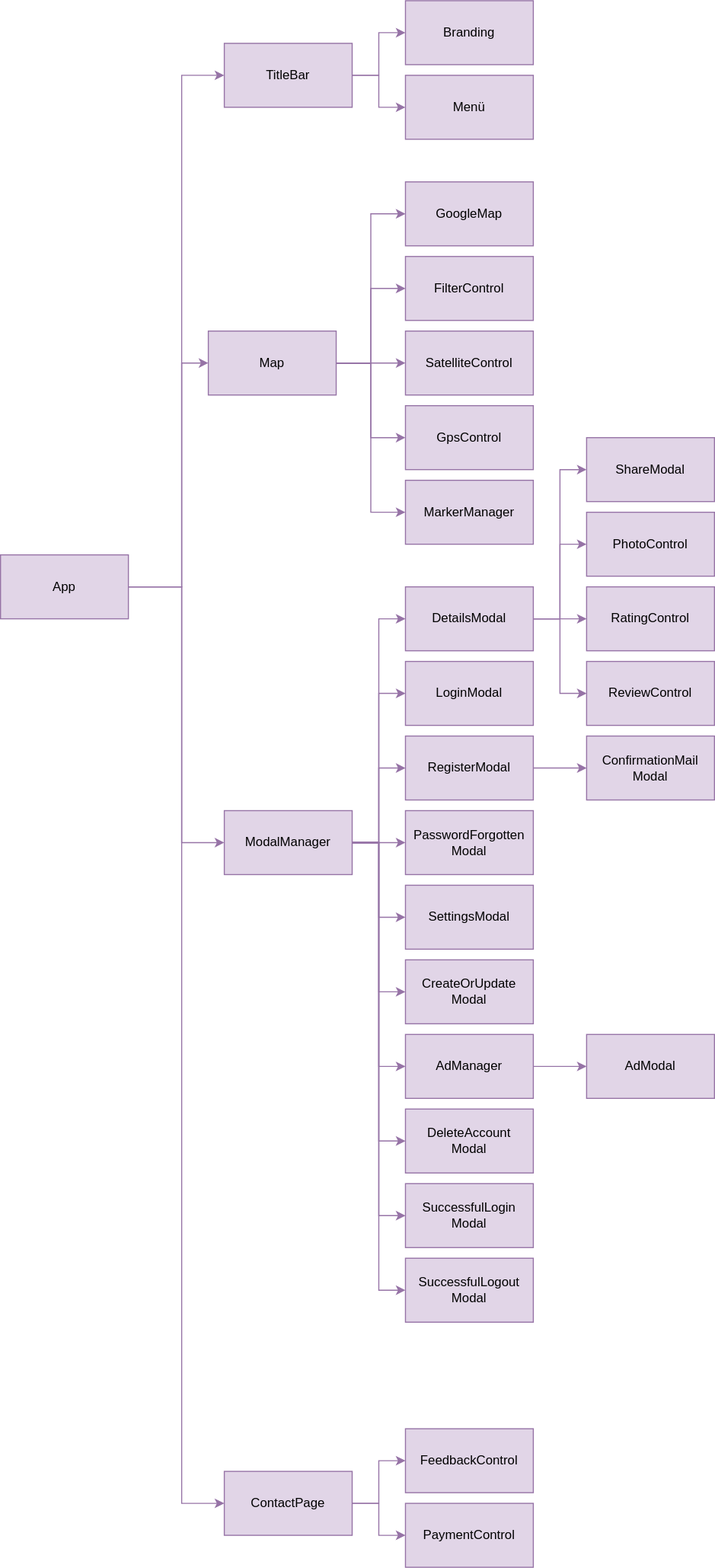
This is _images/architecture-front-end.drawio.svg from gartenkralle/geolocation-services-doc, a draw.io export, as it was before one commit. Source tidied: cells renumbered, new cells last; positions are measured from the earlier drawing's top-left corner, leaving out a move shared by most shapes.
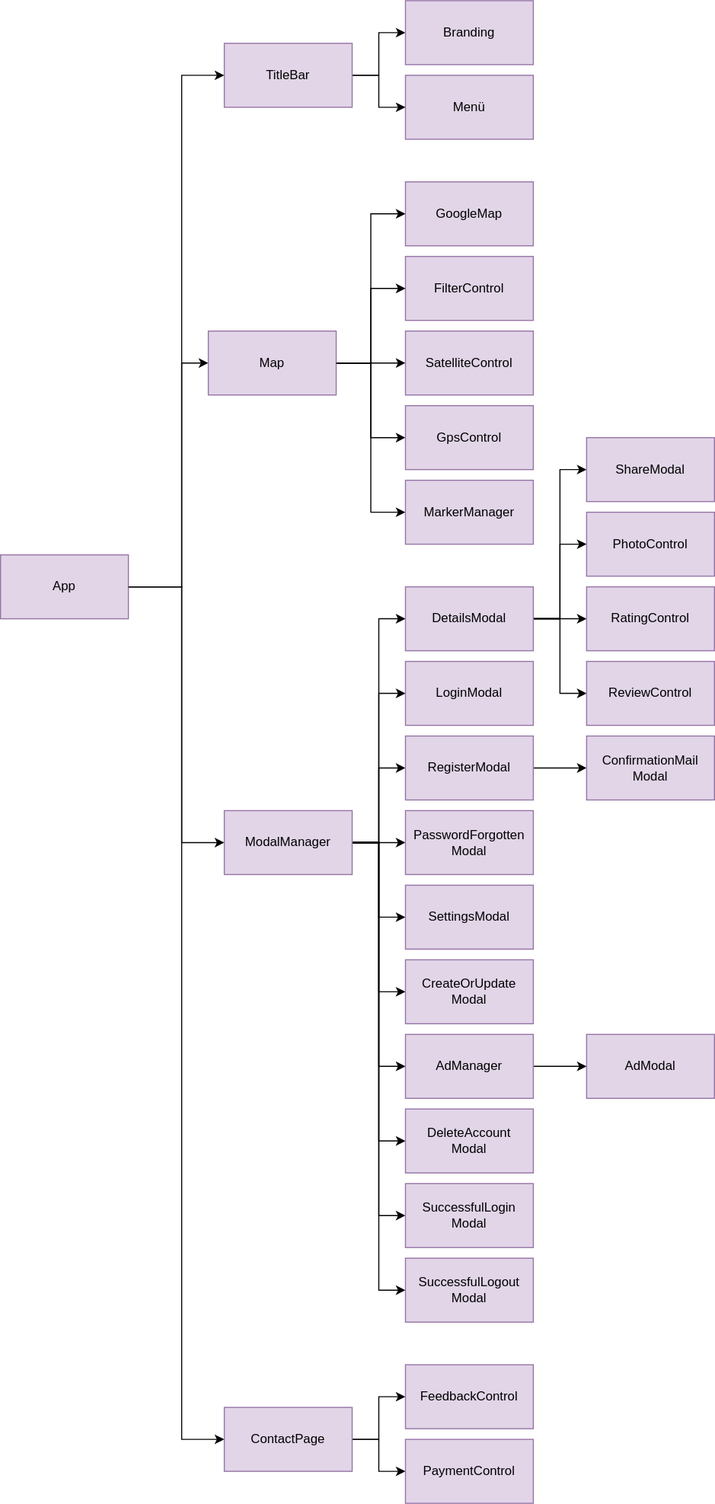
Above is the later version.

Commit message:
update front end diagram

Diff of the diagram source:
```diff
@@ -2,7 +2,7 @@
   <root>
     <mxCell id="0" />
     <mxCell id="1" parent="0" />
-    <mxCell id="2" style="edgeStyle=orthogonalEdgeStyle;rounded=0;jettySize=auto;html=1;entryX=0;entryY=0.5;entryDx=0;entryDy=0;fillColor=#e1d5e7;strokeColor=#9673a6;" parent="1" edge="1" source="5" target="11">
+    <mxCell id="2" style="edgeStyle=orthogonalEdgeStyle;rounded=0;jettySize=auto;html=1;entryX=0;entryY=0.5;entryDx=0;entryDy=0;" parent="1" edge="1" source="5" target="11">
       <mxGeometry relative="1" as="geometry">
         <Array as="points">
           <mxPoint x="170" y="550" />
@@ -10,7 +10,7 @@
         </Array>
       </mxGeometry>
     </mxCell>
-    <mxCell id="3" style="edgeStyle=orthogonalEdgeStyle;rounded=0;jettySize=auto;html=1;entryX=0;entryY=0.5;entryDx=0;entryDy=0;fillColor=#e1d5e7;strokeColor=#9673a6;" parent="1" edge="1" source="5" target="22">
+    <mxCell id="3" style="edgeStyle=orthogonalEdgeStyle;rounded=0;jettySize=auto;html=1;entryX=0;entryY=0.5;entryDx=0;entryDy=0;" parent="1" edge="1" source="5" target="22">
       <mxGeometry relative="1" as="geometry">
         <Array as="points">
           <mxPoint x="170" y="550" />
@@ -18,11 +18,11 @@
         </Array>
       </mxGeometry>
     </mxCell>
-    <mxCell id="4" style="edgeStyle=orthogonalEdgeStyle;rounded=0;jettySize=auto;html=1;entryX=0;entryY=0.5;entryDx=0;entryDy=0;fillColor=#e1d5e7;strokeColor=#9673a6;" parent="1" edge="1" source="5" target="49">
+    <mxCell id="4" style="edgeStyle=orthogonalEdgeStyle;rounded=0;jettySize=auto;html=1;entryX=0;entryY=0.5;entryDx=0;entryDy=0;" parent="1" edge="1" source="5" target="49">
       <mxGeometry relative="1" as="geometry">
         <Array as="points">
           <mxPoint x="170" y="550" />
-          <mxPoint x="170" y="1410" />
+          <mxPoint x="170" y="1350" />
         </Array>
       </mxGeometry>
     </mxCell>
@@ -32,49 +32,49 @@
     <mxCell id="6" value="Menü" style="rounded=0;whiteSpace=wrap;html=1;fillColor=#e1d5e7;strokeColor=#9673a6;" parent="1" vertex="1">
       <mxGeometry x="380" y="70" width="120" height="60" as="geometry" />
     </mxCell>
-    <mxCell id="7" style="edgeStyle=orthogonalEdgeStyle;rounded=0;jettySize=auto;html=1;entryX=0;entryY=0.5;entryDx=0;entryDy=0;fillColor=#e1d5e7;strokeColor=#9673a6;" parent="1" edge="1" source="11" target="27">
+    <mxCell id="7" style="edgeStyle=orthogonalEdgeStyle;rounded=0;jettySize=auto;html=1;entryX=0;entryY=0.5;entryDx=0;entryDy=0;" parent="1" edge="1" source="11" target="27">
       <mxGeometry relative="1" as="geometry" />
     </mxCell>
-    <mxCell id="8" style="edgeStyle=orthogonalEdgeStyle;rounded=0;jettySize=auto;html=1;entryX=0;entryY=0.5;entryDx=0;entryDy=0;fillColor=#e1d5e7;strokeColor=#9673a6;" parent="1" edge="1" source="11" target="29">
+    <mxCell id="8" style="edgeStyle=orthogonalEdgeStyle;rounded=0;jettySize=auto;html=1;entryX=0;entryY=0.5;entryDx=0;entryDy=0;" parent="1" edge="1" source="11" target="29">
       <mxGeometry relative="1" as="geometry" />
     </mxCell>
-    <mxCell id="9" style="edgeStyle=orthogonalEdgeStyle;rounded=0;jettySize=auto;html=1;entryX=0;entryY=0.5;entryDx=0;entryDy=0;fillColor=#e1d5e7;strokeColor=#9673a6;" parent="1" edge="1" source="11" target="30">
+    <mxCell id="9" style="edgeStyle=orthogonalEdgeStyle;rounded=0;jettySize=auto;html=1;entryX=0;entryY=0.5;entryDx=0;entryDy=0;" parent="1" edge="1" source="11" target="30">
       <mxGeometry relative="1" as="geometry" />
     </mxCell>
-    <mxCell id="10" style="edgeStyle=orthogonalEdgeStyle;rounded=0;jettySize=auto;html=1;entryX=0;entryY=0.5;entryDx=0;entryDy=0;fillColor=#e1d5e7;strokeColor=#9673a6;" parent="1" edge="1" source="11" target="52">
+    <mxCell id="10" style="edgeStyle=orthogonalEdgeStyle;rounded=0;jettySize=auto;html=1;entryX=0;entryY=0.5;entryDx=0;entryDy=0;" parent="1" edge="1" source="11" target="52">
       <mxGeometry relative="1" as="geometry" />
     </mxCell>
     <mxCell id="11" value="Map" style="rounded=0;whiteSpace=wrap;html=1;fillColor=#e1d5e7;strokeColor=#9673a6;" parent="1" vertex="1">
       <mxGeometry x="195" y="310" width="120" height="60" as="geometry" />
     </mxCell>
-    <mxCell id="12" style="edgeStyle=orthogonalEdgeStyle;rounded=0;jettySize=auto;html=1;entryX=0;entryY=0.5;entryDx=0;entryDy=0;fillColor=#e1d5e7;strokeColor=#9673a6;" parent="1" edge="1" source="22" target="37">
+    <mxCell id="12" style="edgeStyle=orthogonalEdgeStyle;rounded=0;jettySize=auto;html=1;entryX=0;entryY=0.5;entryDx=0;entryDy=0;" parent="1" edge="1" source="22" target="37">
       <mxGeometry relative="1" as="geometry" />
     </mxCell>
-    <mxCell id="13" style="edgeStyle=orthogonalEdgeStyle;rounded=0;jettySize=auto;html=1;entryX=0;entryY=0.5;entryDx=0;entryDy=0;fillColor=#e1d5e7;strokeColor=#9673a6;" parent="1" edge="1" source="22" target="23">
+    <mxCell id="13" style="edgeStyle=orthogonalEdgeStyle;rounded=0;jettySize=auto;html=1;entryX=0;entryY=0.5;entryDx=0;entryDy=0;" parent="1" edge="1" source="22" target="23">
       <mxGeometry relative="1" as="geometry" />
     </mxCell>
-    <mxCell id="14" style="edgeStyle=orthogonalEdgeStyle;rounded=0;jettySize=auto;html=1;entryX=0;entryY=0.5;entryDx=0;entryDy=0;fillColor=#e1d5e7;strokeColor=#9673a6;" parent="1" edge="1" source="22" target="25">
+    <mxCell id="14" style="edgeStyle=orthogonalEdgeStyle;rounded=0;jettySize=auto;html=1;entryX=0;entryY=0.5;entryDx=0;entryDy=0;" parent="1" edge="1" source="22" target="25">
       <mxGeometry relative="1" as="geometry" />
     </mxCell>
-    <mxCell id="15" style="edgeStyle=orthogonalEdgeStyle;rounded=0;jettySize=auto;html=1;entryX=0;entryY=0.5;entryDx=0;entryDy=0;fillColor=#e1d5e7;strokeColor=#9673a6;" parent="1" edge="1" source="22" target="26">
+    <mxCell id="15" style="edgeStyle=orthogonalEdgeStyle;rounded=0;jettySize=auto;html=1;entryX=0;entryY=0.5;entryDx=0;entryDy=0;" parent="1" edge="1" source="22" target="26">
       <mxGeometry relative="1" as="geometry" />
     </mxCell>
-    <mxCell id="16" style="edgeStyle=orthogonalEdgeStyle;rounded=0;jettySize=auto;html=1;entryX=0;entryY=0.5;entryDx=0;entryDy=0;fillColor=#e1d5e7;strokeColor=#9673a6;" parent="1" edge="1" source="22" target="31">
+    <mxCell id="16" style="edgeStyle=orthogonalEdgeStyle;rounded=0;jettySize=auto;html=1;entryX=0;entryY=0.5;entryDx=0;entryDy=0;" parent="1" edge="1" source="22" target="31">
       <mxGeometry relative="1" as="geometry" />
     </mxCell>
-    <mxCell id="17" style="edgeStyle=orthogonalEdgeStyle;rounded=0;jettySize=auto;html=1;entryX=0;entryY=0.5;entryDx=0;entryDy=0;fillColor=#e1d5e7;strokeColor=#9673a6;" parent="1" edge="1" source="22" target="32">
+    <mxCell id="17" style="edgeStyle=orthogonalEdgeStyle;rounded=0;jettySize=auto;html=1;entryX=0;entryY=0.5;entryDx=0;entryDy=0;" parent="1" edge="1" source="22" target="32">
       <mxGeometry relative="1" as="geometry" />
     </mxCell>
-    <mxCell id="18" style="edgeStyle=orthogonalEdgeStyle;rounded=0;jettySize=auto;html=1;entryX=0;entryY=0.5;entryDx=0;entryDy=0;fillColor=#e1d5e7;strokeColor=#9673a6;" parent="1" edge="1" source="22" target="46">
+    <mxCell id="18" style="edgeStyle=orthogonalEdgeStyle;rounded=0;jettySize=auto;html=1;entryX=0;entryY=0.5;entryDx=0;entryDy=0;" parent="1" edge="1" source="22" target="46">
       <mxGeometry relative="1" as="geometry" />
     </mxCell>
-    <mxCell id="19" style="edgeStyle=orthogonalEdgeStyle;rounded=0;jettySize=auto;html=1;entryX=0;entryY=0.5;entryDx=0;entryDy=0;fillColor=#e1d5e7;strokeColor=#9673a6;" parent="1" edge="1" source="22" target="53">
+    <mxCell id="19" style="edgeStyle=orthogonalEdgeStyle;rounded=0;jettySize=auto;html=1;entryX=0;entryY=0.5;entryDx=0;entryDy=0;" parent="1" edge="1" source="22" target="53">
       <mxGeometry relative="1" as="geometry" />
     </mxCell>
-    <mxCell id="20" style="edgeStyle=orthogonalEdgeStyle;rounded=0;jettySize=auto;html=1;entryX=0;entryY=0.5;entryDx=0;entryDy=0;fillColor=#e1d5e7;strokeColor=#9673a6;" parent="1" edge="1" source="22" target="58">
+    <mxCell id="20" style="edgeStyle=orthogonalEdgeStyle;rounded=0;jettySize=auto;html=1;entryX=0;entryY=0.5;entryDx=0;entryDy=0;" parent="1" edge="1" source="22" target="58">
       <mxGeometry relative="1" as="geometry" />
     </mxCell>
-    <mxCell id="21" style="edgeStyle=orthogonalEdgeStyle;rounded=0;jettySize=auto;html=1;entryX=0;entryY=0.5;entryDx=0;entryDy=0;fillColor=#e1d5e7;strokeColor=#9673a6;" parent="1" edge="1" source="22" target="59">
+    <mxCell id="21" style="edgeStyle=orthogonalEdgeStyle;rounded=0;jettySize=auto;html=1;entryX=0;entryY=0.5;entryDx=0;entryDy=0;" parent="1" edge="1" source="22" target="59">
       <mxGeometry relative="1" as="geometry" />
     </mxCell>
     <mxCell id="22" value="ModalManager" style="rounded=0;whiteSpace=wrap;html=1;fillColor=#e1d5e7;strokeColor=#9673a6;" parent="1" vertex="1">
@@ -83,7 +83,7 @@
     <mxCell id="23" value="LoginModal" style="rounded=0;whiteSpace=wrap;html=1;fillColor=#e1d5e7;strokeColor=#9673a6;" parent="1" vertex="1">
       <mxGeometry x="380" y="620" width="120" height="60" as="geometry" />
     </mxCell>
-    <mxCell id="24" style="edgeStyle=orthogonalEdgeStyle;rounded=0;jettySize=auto;html=1;entryX=0;entryY=0.5;entryDx=0;entryDy=0;fillColor=#e1d5e7;strokeColor=#9673a6;" parent="1" edge="1" source="25" target="60">
+    <mxCell id="24" style="edgeStyle=orthogonalEdgeStyle;rounded=0;jettySize=auto;html=1;entryX=0;entryY=0.5;entryDx=0;entryDy=0;" parent="1" edge="1" source="25" target="60">
       <mxGeometry relative="1" as="geometry" />
     </mxCell>
     <mxCell id="25" value="RegisterModal" style="rounded=0;whiteSpace=wrap;html=1;fillColor=#e1d5e7;strokeColor=#9673a6;" parent="1" vertex="1">
@@ -110,25 +110,25 @@
     <mxCell id="32" value="CreateOrUpdate&lt;div&gt;Modal&lt;/div&gt;" style="rounded=0;whiteSpace=wrap;html=1;fillColor=#e1d5e7;strokeColor=#9673a6;" parent="1" vertex="1">
       <mxGeometry x="380" y="900" width="120" height="60" as="geometry" />
     </mxCell>
-    <mxCell id="33" style="edgeStyle=orthogonalEdgeStyle;rounded=0;jettySize=auto;html=1;entryX=0;entryY=0.5;entryDx=0;entryDy=0;fillColor=#e1d5e7;strokeColor=#9673a6;" parent="1" edge="1" source="37" target="54">
+    <mxCell id="33" style="edgeStyle=orthogonalEdgeStyle;rounded=0;jettySize=auto;html=1;entryX=0;entryY=0.5;entryDx=0;entryDy=0;" parent="1" edge="1" source="37" target="54">
       <mxGeometry relative="1" as="geometry" />
     </mxCell>
-    <mxCell id="34" style="edgeStyle=orthogonalEdgeStyle;rounded=0;jettySize=auto;html=1;entryX=0;entryY=0.5;entryDx=0;entryDy=0;fillColor=#e1d5e7;strokeColor=#9673a6;" parent="1" edge="1" source="37" target="55">
+    <mxCell id="34" style="edgeStyle=orthogonalEdgeStyle;rounded=0;jettySize=auto;html=1;entryX=0;entryY=0.5;entryDx=0;entryDy=0;" parent="1" edge="1" source="37" target="55">
       <mxGeometry relative="1" as="geometry" />
     </mxCell>
-    <mxCell id="35" style="edgeStyle=orthogonalEdgeStyle;rounded=0;jettySize=auto;html=1;entryX=0;entryY=0.5;entryDx=0;entryDy=0;fillColor=#e1d5e7;strokeColor=#9673a6;" parent="1" edge="1" source="37" target="56">
+    <mxCell id="35" style="edgeStyle=orthogonalEdgeStyle;rounded=0;jettySize=auto;html=1;entryX=0;entryY=0.5;entryDx=0;entryDy=0;" parent="1" edge="1" source="37" target="56">
       <mxGeometry relative="1" as="geometry" />
     </mxCell>
-    <mxCell id="36" style="edgeStyle=orthogonalEdgeStyle;rounded=0;jettySize=auto;html=1;entryX=0;entryY=0.5;entryDx=0;entryDy=0;fillColor=#e1d5e7;strokeColor=#9673a6;" parent="1" edge="1" source="37" target="57">
+    <mxCell id="36" style="edgeStyle=orthogonalEdgeStyle;rounded=0;jettySize=auto;html=1;entryX=0;entryY=0.5;entryDx=0;entryDy=0;" parent="1" edge="1" source="37" target="57">
       <mxGeometry relative="1" as="geometry" />
     </mxCell>
     <mxCell id="37" value="DetailsModal" style="rounded=0;whiteSpace=wrap;html=1;fillColor=#e1d5e7;strokeColor=#9673a6;" parent="1" vertex="1">
       <mxGeometry x="380" y="550" width="120" height="60" as="geometry" />
     </mxCell>
-    <mxCell id="38" style="edgeStyle=orthogonalEdgeStyle;rounded=0;jettySize=auto;html=1;entryX=0;entryY=0.5;entryDx=0;entryDy=0;fillColor=#e1d5e7;strokeColor=#9673a6;" parent="1" edge="1" source="40" target="41">
+    <mxCell id="38" style="edgeStyle=orthogonalEdgeStyle;rounded=0;jettySize=auto;html=1;entryX=0;entryY=0.5;entryDx=0;entryDy=0;" parent="1" edge="1" source="40" target="41">
       <mxGeometry relative="1" as="geometry" />
     </mxCell>
-    <mxCell id="39" style="edgeStyle=orthogonalEdgeStyle;rounded=0;jettySize=auto;html=1;entryX=0;entryY=0.5;entryDx=0;entryDy=0;fillColor=#e1d5e7;strokeColor=#9673a6;" parent="1" edge="1" source="40" target="6">
+    <mxCell id="39" style="edgeStyle=orthogonalEdgeStyle;rounded=0;jettySize=auto;html=1;entryX=0;entryY=0.5;entryDx=0;entryDy=0;" parent="1" edge="1" source="40" target="6">
       <mxGeometry relative="1" as="geometry" />
     </mxCell>
     <mxCell id="40" value="TitleBar" style="rounded=0;whiteSpace=wrap;html=1;fillColor=#e1d5e7;strokeColor=#9673a6;" parent="1" vertex="1">
@@ -137,7 +137,7 @@
     <mxCell id="41" value="Branding" style="rounded=0;whiteSpace=wrap;html=1;fillColor=#e1d5e7;strokeColor=#9673a6;" parent="1" vertex="1">
       <mxGeometry x="380" width="120" height="60" as="geometry" />
     </mxCell>
-    <mxCell id="42" style="endArrow=classic;html=1;rounded=0;exitX=1;exitY=0.5;exitDx=0;exitDy=0;entryX=0;entryY=0.5;entryDx=0;entryDy=0;fillColor=#e1d5e7;strokeColor=#9673a6;" parent="1" edge="1" source="5" target="40">
+    <mxCell id="42" style="endArrow=classic;html=1;rounded=0;exitX=1;exitY=0.5;exitDx=0;exitDy=0;entryX=0;entryY=0.5;entryDx=0;entryDy=0;" parent="1" edge="1" source="5" target="40">
       <mxGeometry relative="1" as="geometry">
         <Array as="points">
           <mxPoint x="170" y="550" />
@@ -146,32 +146,32 @@
         </Array>
       </mxGeometry>
     </mxCell>
-    <mxCell id="43" style="edgeStyle=orthogonalEdgeStyle;rounded=0;jettySize=auto;html=1;entryX=0;entryY=0.5;entryDx=0;entryDy=0;fillColor=#e1d5e7;strokeColor=#9673a6;" parent="1" edge="1" source="11" target="28">
+    <mxCell id="43" style="edgeStyle=orthogonalEdgeStyle;rounded=0;jettySize=auto;html=1;entryX=0;entryY=0.5;entryDx=0;entryDy=0;" parent="1" edge="1" source="11" target="28">
       <mxGeometry relative="1" as="geometry" />
     </mxCell>
     <mxCell id="44" value="AdModal" style="rounded=0;whiteSpace=wrap;html=1;fillColor=#e1d5e7;strokeColor=#9673a6;" parent="1" vertex="1">
       <mxGeometry x="550" y="970" width="120" height="60" as="geometry" />
     </mxCell>
-    <mxCell id="45" style="edgeStyle=orthogonalEdgeStyle;rounded=0;jettySize=auto;html=1;entryX=0;entryY=0.5;entryDx=0;entryDy=0;fillColor=#e1d5e7;strokeColor=#9673a6;" parent="1" edge="1" source="46" target="44">
+    <mxCell id="45" style="edgeStyle=orthogonalEdgeStyle;rounded=0;jettySize=auto;html=1;entryX=0;entryY=0.5;entryDx=0;entryDy=0;" parent="1" edge="1" source="46" target="44">
       <mxGeometry relative="1" as="geometry" />
     </mxCell>
     <mxCell id="46" value="AdManager" style="rounded=0;whiteSpace=wrap;html=1;fillColor=#e1d5e7;strokeColor=#9673a6;" parent="1" vertex="1">
       <mxGeometry x="380" y="970" width="120" height="60" as="geometry" />
     </mxCell>
-    <mxCell id="47" style="edgeStyle=orthogonalEdgeStyle;rounded=0;jettySize=auto;html=1;entryX=0;entryY=0.5;entryDx=0;entryDy=0;fillColor=#e1d5e7;strokeColor=#9673a6;" parent="1" edge="1" source="49" target="50">
+    <mxCell id="47" style="edgeStyle=orthogonalEdgeStyle;rounded=0;jettySize=auto;html=1;entryX=0;entryY=0.5;entryDx=0;entryDy=0;" parent="1" edge="1" source="49" target="50">
       <mxGeometry relative="1" as="geometry" />
     </mxCell>
-    <mxCell id="48" style="edgeStyle=orthogonalEdgeStyle;rounded=0;jettySize=auto;html=1;entryX=0;entryY=0.5;entryDx=0;entryDy=0;fillColor=#e1d5e7;strokeColor=#9673a6;" parent="1" edge="1" source="49" target="51">
+    <mxCell id="48" style="edgeStyle=orthogonalEdgeStyle;rounded=0;jettySize=auto;html=1;entryX=0;entryY=0.5;entryDx=0;entryDy=0;" parent="1" edge="1" source="49" target="51">
       <mxGeometry relative="1" as="geometry" />
     </mxCell>
     <mxCell id="49" value="ContactPage" style="rounded=0;whiteSpace=wrap;html=1;fillColor=#e1d5e7;strokeColor=#9673a6;" parent="1" vertex="1">
-      <mxGeometry x="210" y="1380" width="120" height="60" as="geometry" />
+      <mxGeometry x="210" y="1320" width="120" height="60" as="geometry" />
     </mxCell>
     <mxCell id="50" value="FeedbackControl" style="rounded=0;whiteSpace=wrap;html=1;fillColor=#e1d5e7;strokeColor=#9673a6;" parent="1" vertex="1">
-      <mxGeometry x="380" y="1340" width="120" height="60" as="geometry" />
+      <mxGeometry x="380" y="1280" width="120" height="60" as="geometry" />
     </mxCell>
     <mxCell id="51" value="PaymentControl" style="rounded=0;whiteSpace=wrap;html=1;fillColor=#e1d5e7;strokeColor=#9673a6;" parent="1" vertex="1">
-      <mxGeometry x="380" y="1410" width="120" height="60" as="geometry" />
+      <mxGeometry x="380" y="1350" width="120" height="60" as="geometry" />
     </mxCell>
     <mxCell id="52" value="MarkerManager" style="rounded=0;whiteSpace=wrap;html=1;fillColor=#e1d5e7;strokeColor=#9673a6;" parent="1" vertex="1">
       <mxGeometry x="380" y="450" width="120" height="60" as="geometry" />
```
